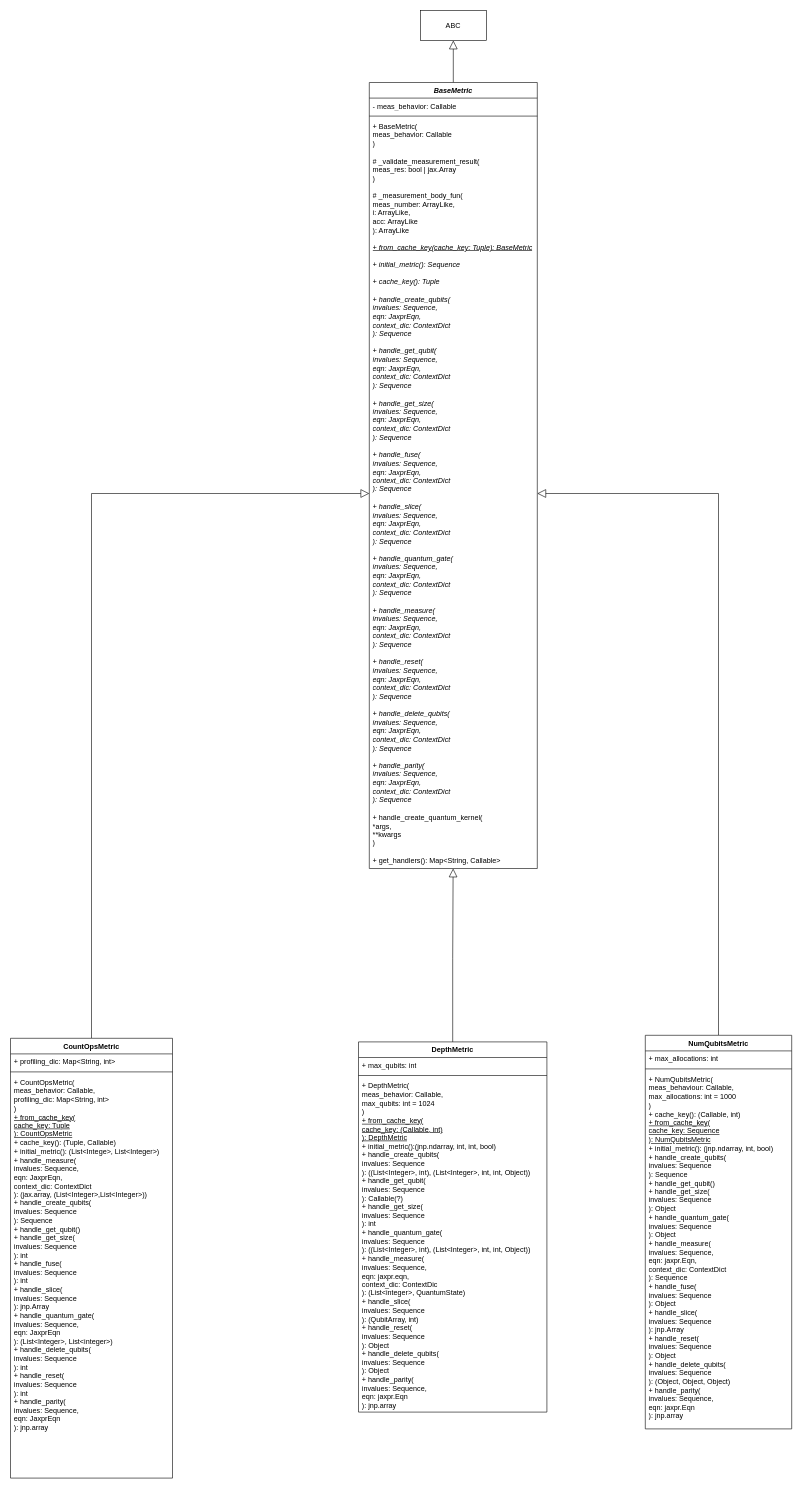
Above: documentation/class_diagrams/Metrics.drawio in Jfilz001/QrispUML (draw.io), before the change. Source tidied: cells renumbered, new cells numbered last; positions are measured from the earlier drawing's top-left corner, leaving out a move shared by most shapes. Both pictures are drawn from the tidied source at 60%, with x=0, y=0 at pixel (10, 10).
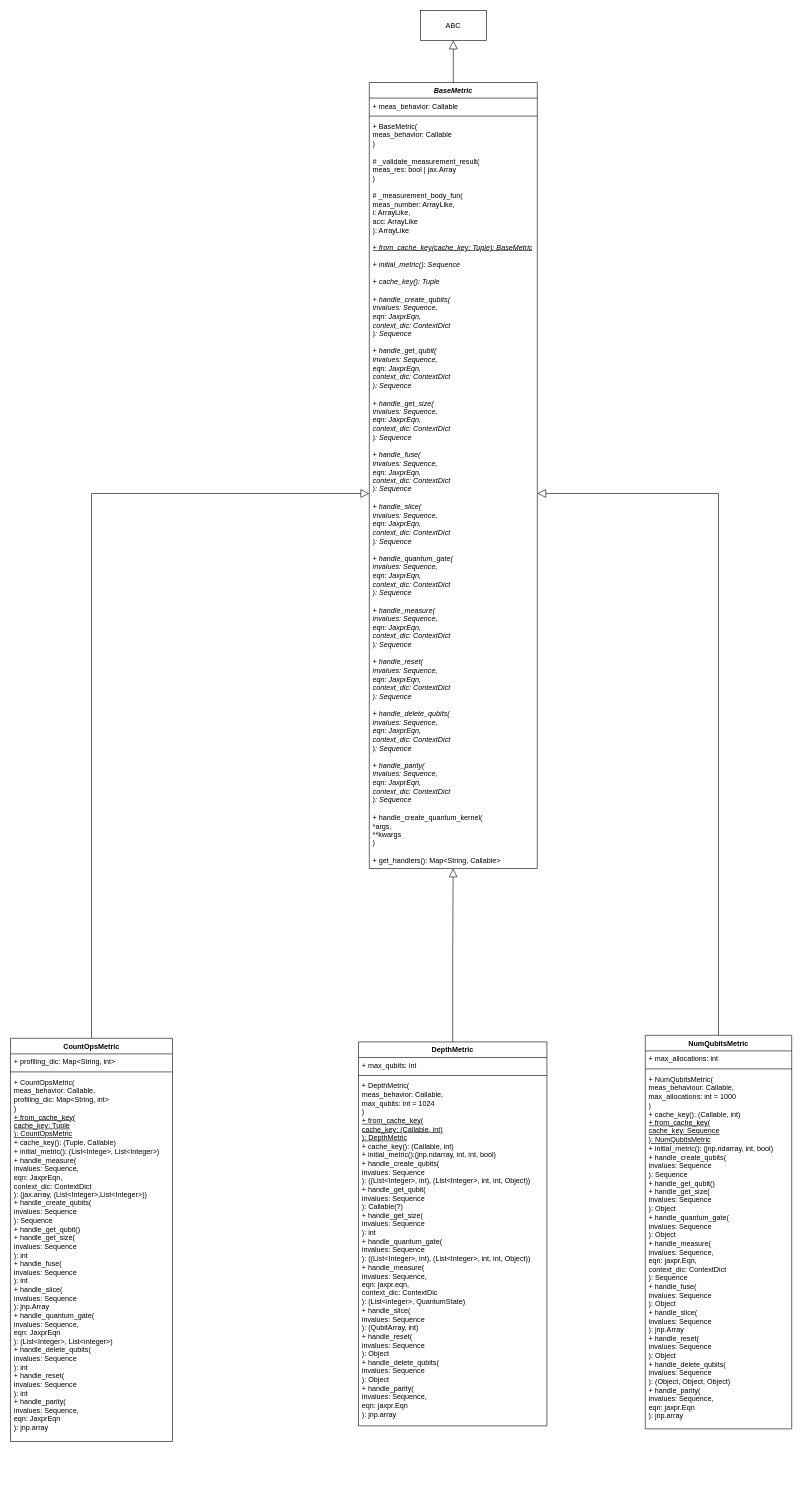
After the change.

The change refers to these unchanged cells:
```xml
<mxCell id="3" value="&lt;i&gt;BaseMetric&lt;/i&gt;" style="swimlane;fontStyle=1;align=center;verticalAlign=top;horizontal=1;startSize=26;whiteSpace=wrap;html=1;" parent="1" vertex="1">
  <mxGeometry x="598" y="120" width="280" height="1310" as="geometry" />
</mxCell>
```

The edit, as a diff of the source:
```diff
@@
-    <mxCell id="4" value="- meas_behavior: Callable" style="text;strokeColor=none;fillColor=none;align=left;verticalAlign=top;spacingLeft=4;spacingRight=4;overflow=hidden;whiteSpace=wrap;html=1;" parent="3" vertex="1">
+    <mxCell id="4" value="+ meas_behavior: Callable" style="text;strokeColor=none;fillColor=none;align=left;verticalAlign=top;spacingLeft=4;spacingRight=4;overflow=hidden;whiteSpace=wrap;html=1;" parent="3" vertex="1">
       <mxGeometry y="26" width="280" height="26" as="geometry" />
     </mxCell>
@@
     <mxCell id="9" value="CountOpsMetric" style="swimlane;fontStyle=1;align=center;verticalAlign=top;horizontal=1;startSize=26;whiteSpace=wrap;html=1;" parent="1" vertex="1">
-      <mxGeometry y="1713" width="270" height="733" as="geometry" />
+      <mxGeometry y="1713" width="270" height="672" as="geometry" />
     </mxCell>
@@
     <mxCell id="12" value="+ CountOpsMetric(&lt;div&gt;meas_behavior: Callable,&lt;/div&gt;&lt;div&gt;profiling_dic: Map&amp;lt;String, int&amp;gt;&lt;/div&gt;&lt;div&gt;)&lt;/div&gt;&lt;div&gt;&lt;u&gt;+ from_cache_key(&lt;/u&gt;&lt;/div&gt;&lt;div&gt;&lt;u&gt;cache_key: Tuple&lt;/u&gt;&lt;/div&gt;&lt;div&gt;&lt;u&gt;): CountOpsMetric&lt;/u&gt;&lt;/div&gt;&lt;div&gt;&lt;i&gt;+ &lt;/i&gt;cache_key(): (Tuple, Callable)&lt;/div&gt;&lt;div&gt;+ initial_metric(): (List&amp;lt;Intege&amp;gt;, List&amp;lt;Integer&amp;gt;)&lt;/div&gt;&lt;div&gt;+ handle_measure(&lt;/div&gt;&lt;div&gt;invalues: Sequence&lt;span style=&quot;background-color: transparent; color: light-dark(rgb(0, 0, 0), rgb(255, 255, 255));&quot;&gt;,&lt;/span&gt;&lt;/div&gt;&lt;div&gt;eqn: JaxprEqn,&lt;/div&gt;&lt;div&gt;context_dic: ContextDict&lt;br&gt;): (jax.array, (List&amp;lt;Integer&amp;gt;,List&amp;lt;Integer&amp;gt;))&lt;/div&gt;&lt;div&gt;+ handle_create_qubits(&lt;/div&gt;&lt;div&gt;invalues: Sequence&lt;/div&gt;&lt;div&gt;): Sequence&lt;/div&gt;&lt;div&gt;+ handle_get_qubit()&lt;/div&gt;&lt;div&gt;+ handle_get_size(&lt;/div&gt;&lt;div&gt;invalues: Sequence&lt;/div&gt;&lt;div&gt;): int&lt;/div&gt;&lt;div&gt;+ handle_fuse(&lt;/div&gt;&lt;div&gt;invalues: Sequence&lt;/div&gt;&lt;div&gt;): int&lt;/div&gt;&lt;div&gt;+ handle_slice(&lt;/div&gt;&lt;div&gt;invalues: Sequence&lt;/div&gt;&lt;div&gt;): jnp.Array&lt;/div&gt;&lt;div&gt;+ handle_quantum_gate(&lt;/div&gt;&lt;div&gt;invalues: Sequence,&lt;/div&gt;&lt;div&gt;eqn: JaxprEqn&lt;/div&gt;&lt;div&gt;): (List&amp;lt;Integer&amp;gt;, List&amp;lt;integer&amp;gt;)&lt;/div&gt;&lt;div&gt;+ handle_delete_qubits(&lt;/div&gt;&lt;div&gt;invalues: Sequence&lt;br&gt;): int&lt;/div&gt;&lt;div&gt;+ handle_reset(&lt;/div&gt;&lt;div&gt;invalues: Sequence&lt;/div&gt;&lt;div&gt;): int&lt;/div&gt;&lt;div&gt;+ handle_parity(&lt;/div&gt;&lt;div&gt;invalues: Sequence,&lt;/div&gt;&lt;div&gt;eqn: JaxprEqn&lt;/div&gt;&lt;div&gt;): jnp.array&lt;/div&gt;&lt;div&gt;&lt;br&gt;&lt;/div&gt;&lt;div&gt;&lt;br&gt;&lt;/div&gt;" style="text;strokeColor=none;fillColor=none;align=left;verticalAlign=top;spacingLeft=4;spacingRight=4;overflow=hidden;whiteSpace=wrap;html=1;" parent="9" vertex="1">
-      <mxGeometry y="60" width="270" height="673" as="geometry" />
+      <mxGeometry y="60" width="270" height="612" as="geometry" />
     </mxCell>
     <mxCell id="13" value="DepthMetric" style="swimlane;fontStyle=1;align=center;verticalAlign=top;horizontal=1;startSize=26;whiteSpace=wrap;html=1;" parent="1" vertex="1">
-      <mxGeometry x="580" y="1719" width="314" height="617" as="geometry" />
+      <mxGeometry x="580" y="1719" width="314" height="640" as="geometry" />
     </mxCell>
@@
-    <mxCell id="16" value="+ DepthMetric(&lt;div&gt;meas_behavior: Callable,&lt;/div&gt;&lt;div&gt;max_qubits: int = 1024&lt;/div&gt;&lt;div&gt;&lt;div&gt;)&lt;/div&gt;&lt;/div&gt;&lt;div&gt;&lt;u&gt;+ from_cache_key(&lt;/u&gt;&lt;/div&gt;&lt;div&gt;&lt;u&gt;cache_key: (Callable, int)&lt;/u&gt;&lt;/div&gt;&lt;div&gt;&lt;u&gt;): DepthMetric&lt;/u&gt;&lt;/div&gt;&lt;div&gt;+ initial_metric():&lt;span style=&quot;background-color: transparent; color: light-dark(rgb(0, 0, 0), rgb(255, 255, 255));&quot;&gt;(jnp.ndarray, int, int, bool)&lt;/span&gt;&lt;/div&gt;&lt;div&gt;&lt;span style=&quot;background-color: transparent; color: light-dark(rgb(0, 0, 0), rgb(255, 255, 255));&quot;&gt;+ handle_create_qubits(&lt;/span&gt;&lt;/div&gt;&lt;div&gt;&lt;span style=&quot;background-color: transparent; color: light-dark(rgb(0, 0, 0), rgb(255, 255, 255));&quot;&gt;invalues: Sequence&lt;/span&gt;&lt;/div&gt;&lt;div&gt;): ((List&amp;lt;Integer&amp;gt;, int), (List&amp;lt;Integer&amp;gt;, int, int, Object))&lt;/div&gt;&lt;div&gt;+ handle_get_qubit(&lt;/div&gt;&lt;div&gt;invalues: Sequence&lt;br&gt;): Callable(?)&lt;/div&gt;&lt;div&gt;+ handle_get_size(&lt;/div&gt;&lt;div&gt;invalues: Sequence&lt;/div&gt;&lt;div&gt;): int&lt;/div&gt;&lt;div&gt;+ handle_quantum_gate(&lt;/div&gt;&lt;div&gt;invalues: Sequence&lt;/div&gt;&lt;div&gt;):&amp;nbsp;&lt;span style=&quot;background-color: transparent; color: light-dark(rgb(0, 0, 0), rgb(255, 255, 255));&quot;&gt;((List&amp;lt;Integer&amp;gt;, int), (List&amp;lt;Integer&amp;gt;, int, int, Object))&lt;/span&gt;&lt;/div&gt;&lt;div&gt;&lt;span style=&quot;background-color: transparent; color: light-dark(rgb(0, 0, 0), rgb(255, 255, 255));&quot;&gt;+ handle_measure(&lt;/span&gt;&lt;/div&gt;&lt;div&gt;&lt;span style=&quot;background-color: transparent; color: light-dark(rgb(0, 0, 0), rgb(255, 255, 255));&quot;&gt;invalues: Sequence,&lt;/span&gt;&lt;/div&gt;&lt;div&gt;&lt;span style=&quot;background-color: transparent; color: light-dark(rgb(0, 0, 0), rgb(255, 255, 255));&quot;&gt;eqn: jaxpr.eqn,&lt;/span&gt;&lt;/div&gt;&lt;div&gt;&lt;span style=&quot;background-color: transparent; color: light-dark(rgb(0, 0, 0), rgb(255, 255, 255));&quot;&gt;context_dic: ContextDic&lt;/span&gt;&lt;/div&gt;&lt;div&gt;&lt;span style=&quot;background-color: transparent; color: light-dark(rgb(0, 0, 0), rgb(255, 255, 255));&quot;&gt;): (List&amp;lt;integer&amp;gt;, QuantumState)&lt;/span&gt;&lt;/div&gt;&lt;div&gt;&lt;span style=&quot;background-color: transparent; color: light-dark(rgb(0, 0, 0), rgb(255, 255, 255));&quot;&gt;+ handle_slice(&lt;/span&gt;&lt;/div&gt;&lt;div&gt;&lt;span style=&quot;background-color: transparent; color: light-dark(rgb(0, 0, 0), rgb(255, 255, 255));&quot;&gt;invalues: Sequence&lt;/span&gt;&lt;/div&gt;&lt;div&gt;&lt;span style=&quot;background-color: transparent; color: light-dark(rgb(0, 0, 0), rgb(255, 255, 255));&quot;&gt;): (QubitArray, int)&lt;/span&gt;&lt;/div&gt;&lt;div&gt;&lt;span style=&quot;background-color: transparent; color: light-dark(rgb(0, 0, 0), rgb(255, 255, 255));&quot;&gt;+ handle_reset(&lt;/span&gt;&lt;/div&gt;&lt;div&gt;&lt;span style=&quot;background-color: transparent; color: light-dark(rgb(0, 0, 0), rgb(255, 255, 255));&quot;&gt;invalues: Sequence&lt;/span&gt;&lt;/div&gt;&lt;div&gt;): Object&lt;/div&gt;&lt;div&gt;+ handle_delete_qubits(&lt;/div&gt;&lt;div&gt;invalues: Sequence&lt;br&gt;): Object&lt;/div&gt;&lt;div&gt;+ handle_parity(&lt;/div&gt;&lt;div&gt;invalues: Sequence,&lt;/div&gt;&lt;div&gt;eqn: jaxpr.Eqn&lt;/div&gt;&lt;div&gt;): jnp.array&lt;/div&gt;&lt;div&gt;&lt;br&gt;&lt;/div&gt;&lt;div&gt;&lt;br&gt;&lt;/div&gt;&lt;div&gt;&lt;span style=&quot;background-color: transparent; color: light-dark(rgb(0, 0, 0), rgb(255, 255, 255));&quot;&gt;&lt;br&gt;&lt;/span&gt;&lt;/div&gt;&lt;div&gt;&lt;span style=&quot;background-color: transparent; color: light-dark(rgb(0, 0, 0), rgb(255, 255, 255));&quot;&gt;&lt;br&gt;&lt;/span&gt;&lt;/div&gt;" style="text;strokeColor=none;fillColor=none;align=left;verticalAlign=top;spacingLeft=4;spacingRight=4;overflow=hidden;whiteSpace=wrap;html=1;" parent="13" vertex="1">
-      <mxGeometry y="60" width="314" height="557" as="geometry" />
+    <mxCell id="16" value="+ DepthMetric(&lt;div&gt;meas_behavior: Callable,&lt;/div&gt;&lt;div&gt;max_qubits: int = 1024&lt;/div&gt;&lt;div&gt;&lt;div&gt;)&lt;/div&gt;&lt;/div&gt;&lt;div&gt;&lt;u&gt;+ from_cache_key(&lt;/u&gt;&lt;/div&gt;&lt;div&gt;&lt;u&gt;cache_key: (Callable, int)&lt;/u&gt;&lt;/div&gt;&lt;div&gt;&lt;u&gt;): DepthMetric&lt;/u&gt;&lt;/div&gt;&lt;div&gt;+ cache_key(): (Callable, int)&lt;/div&gt;&lt;div&gt;+ initial_metric():&lt;span style=&quot;background-color: transparent; color: light-dark(rgb(0, 0, 0), rgb(255, 255, 255));&quot;&gt;(jnp.ndarray, int, int, bool)&lt;/span&gt;&lt;/div&gt;&lt;div&gt;&lt;span style=&quot;background-color: transparent; color: light-dark(rgb(0, 0, 0), rgb(255, 255, 255));&quot;&gt;+ handle_create_qubits(&lt;/span&gt;&lt;/div&gt;&lt;div&gt;&lt;span style=&quot;background-color: transparent; color: light-dark(rgb(0, 0, 0), rgb(255, 255, 255));&quot;&gt;invalues: Sequence&lt;/span&gt;&lt;/div&gt;&lt;div&gt;): ((List&amp;lt;Integer&amp;gt;, int), (List&amp;lt;Integer&amp;gt;, int, int, Object))&lt;/div&gt;&lt;div&gt;+ handle_get_qubit(&lt;/div&gt;&lt;div&gt;invalues: Sequence&lt;br&gt;): Callable(?)&lt;/div&gt;&lt;div&gt;+ handle_get_size(&lt;/div&gt;&lt;div&gt;invalues: Sequence&lt;/div&gt;&lt;div&gt;): int&lt;/div&gt;&lt;div&gt;+ handle_quantum_gate(&lt;/div&gt;&lt;div&gt;invalues: Sequence&lt;/div&gt;&lt;div&gt;):&amp;nbsp;&lt;span style=&quot;background-color: transparent; color: light-dark(rgb(0, 0, 0), rgb(255, 255, 255));&quot;&gt;((List&amp;lt;Integer&amp;gt;, int), (List&amp;lt;Integer&amp;gt;, int, int, Object))&lt;/span&gt;&lt;/div&gt;&lt;div&gt;&lt;span style=&quot;background-color: transparent; color: light-dark(rgb(0, 0, 0), rgb(255, 255, 255));&quot;&gt;+ handle_measure(&lt;/span&gt;&lt;/div&gt;&lt;div&gt;&lt;span style=&quot;background-color: transparent; color: light-dark(rgb(0, 0, 0), rgb(255, 255, 255));&quot;&gt;invalues: Sequence,&lt;/span&gt;&lt;/div&gt;&lt;div&gt;&lt;span style=&quot;background-color: transparent; color: light-dark(rgb(0, 0, 0), rgb(255, 255, 255));&quot;&gt;eqn: jaxpr.eqn,&lt;/span&gt;&lt;/div&gt;&lt;div&gt;&lt;span style=&quot;background-color: transparent; color: light-dark(rgb(0, 0, 0), rgb(255, 255, 255));&quot;&gt;context_dic: ContextDic&lt;/span&gt;&lt;/div&gt;&lt;div&gt;&lt;span style=&quot;background-color: transparent; color: light-dark(rgb(0, 0, 0), rgb(255, 255, 255));&quot;&gt;): (List&amp;lt;integer&amp;gt;, QuantumState)&lt;/span&gt;&lt;/div&gt;&lt;div&gt;&lt;span style=&quot;background-color: transparent; color: light-dark(rgb(0, 0, 0), rgb(255, 255, 255));&quot;&gt;+ handle_slice(&lt;/span&gt;&lt;/div&gt;&lt;div&gt;&lt;span style=&quot;background-color: transparent; color: light-dark(rgb(0, 0, 0), rgb(255, 255, 255));&quot;&gt;invalues: Sequence&lt;/span&gt;&lt;/div&gt;&lt;div&gt;&lt;span style=&quot;background-color: transparent; color: light-dark(rgb(0, 0, 0), rgb(255, 255, 255));&quot;&gt;): (QubitArray, int)&lt;/span&gt;&lt;/div&gt;&lt;div&gt;&lt;span style=&quot;background-color: transparent; color: light-dark(rgb(0, 0, 0), rgb(255, 255, 255));&quot;&gt;+ handle_reset(&lt;/span&gt;&lt;/div&gt;&lt;div&gt;&lt;span style=&quot;background-color: transparent; color: light-dark(rgb(0, 0, 0), rgb(255, 255, 255));&quot;&gt;invalues: Sequence&lt;/span&gt;&lt;/div&gt;&lt;div&gt;): Object&lt;/div&gt;&lt;div&gt;+ handle_delete_qubits(&lt;/div&gt;&lt;div&gt;invalues: Sequence&lt;br&gt;): Object&lt;/div&gt;&lt;div&gt;+ handle_parity(&lt;/div&gt;&lt;div&gt;invalues: Sequence,&lt;/div&gt;&lt;div&gt;eqn: jaxpr.Eqn&lt;/div&gt;&lt;div&gt;): jnp.array&lt;/div&gt;&lt;div&gt;&lt;br&gt;&lt;/div&gt;&lt;div&gt;&lt;br&gt;&lt;/div&gt;&lt;div&gt;&lt;span style=&quot;background-color: transparent; color: light-dark(rgb(0, 0, 0), rgb(255, 255, 255));&quot;&gt;&lt;br&gt;&lt;/span&gt;&lt;/div&gt;&lt;div&gt;&lt;span style=&quot;background-color: transparent; color: light-dark(rgb(0, 0, 0), rgb(255, 255, 255));&quot;&gt;&lt;br&gt;&lt;/span&gt;&lt;/div&gt;" style="text;strokeColor=none;fillColor=none;align=left;verticalAlign=top;spacingLeft=4;spacingRight=4;overflow=hidden;whiteSpace=wrap;html=1;" parent="13" vertex="1">
+      <mxGeometry y="60" width="314" height="580" as="geometry" />
     </mxCell>
```
